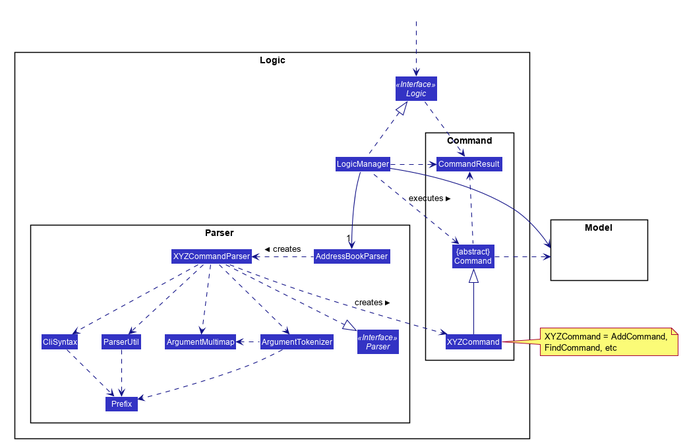
The PlantUML diagram docs/images/LogicClassDiagram.png in nus-cs2103-AY1920S1/addressbook-level3, before a commit.
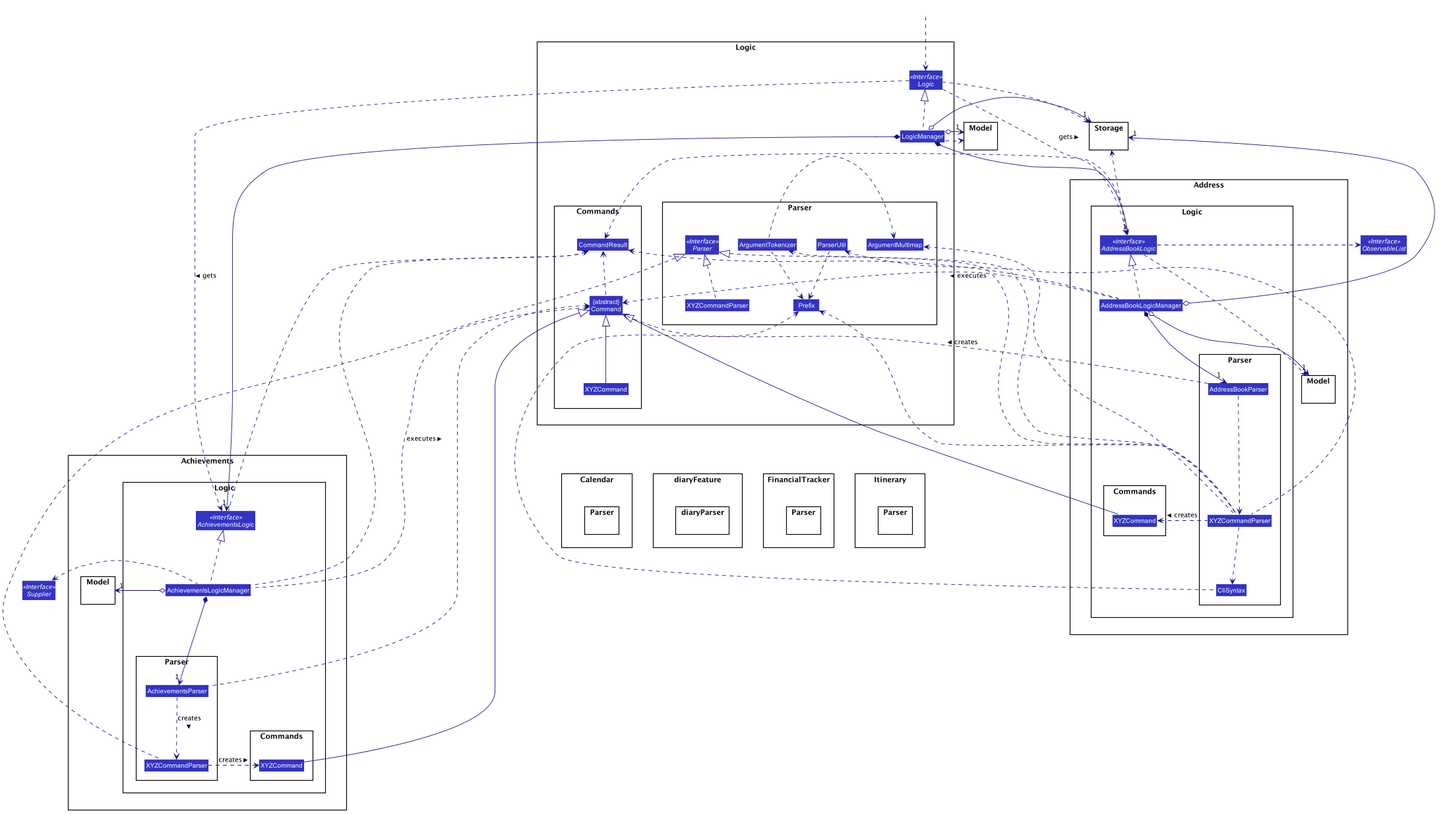
After the change.

Change to the diagram source:
```diff
@@ -51,59 +51,174 @@
 skinparam arrowColor #101086
 skinparam classBackgroundColor #3333C4
 
-package Logic {
-
-package Parser {
+namespace Logic {
+Interface Logic <<Interface>>
+Class LogicManager
+namespace Commands {
+Class CommandResult
+Class "{abstract}\nCommand" as Command
+Class XYZCommand
+}
+namespace Parser {
 Interface Parser <<Interface>>
-Class AddressBookParser
-Class XYZCommandParser
-Class CliSyntax
-Class ParserUtil
 Class ArgumentMultimap
 Class ArgumentTokenizer
+Class ParserUtil
 Class Prefix
+Class XYZCommandParser
+}
 }
 
-package Command {
-Class XYZCommand
-Class CommandResult
-Class "{abstract}\nCommand" as Command
+namespace Storage {
 }
 
-Interface Logic <<Interface>>
-Class LogicManager
+namespace Model {
 }
 
-package Model{
-Class HiddenModel #FFFFFF
+
+namespace Achievements {
+namespace Model {
+}
+namespace Logic {
+interface AchievementsLogic <<interface>>
+Class AchievementsLogicManager
+namespace Commands {
+Class XYZCommand
+}
+namespace Parser {
+Class AchievementsParser
+Class XYZCommandParser
+}
+}
 }
 
+namespace Address {
+namespace Model {
+}
+namespace Logic {
+Interface AddressBookLogic <<interface>>
+Class AddressBookLogicManager
+namespace Commands {
+Class XYZCommand
+}
+namespace Parser {
+Class AddressBookParser
+Class CliSyntax
+Class XYZCommandParser
+}
+}
+}
+
+namespace Calendar {
+namespace Parser {
+}
+}
+
+namespace diaryFeature {
+namespace diaryParser {
+}
+}
+
+namespace FinancialTracker {
+namespace Parser {
+}
+}
+
+namespace Itinerary {
+namespace Parser {
+}
+}
+
+Interface ObservableList <<Interface>>
+Interface Supplier <<Interface>>
 Class HiddenOutside #FFFFFF
-HiddenOutside ..> Logic
 
-LogicManager .up.|> Logic
-LogicManager -->"1" AddressBookParser
-AddressBookParser .left.> XYZCommandParser: creates >
+HiddenOutside ..> Logic.Logic
 
-XYZCommandParser ..> XYZCommand : creates >
-XYZCommandParser ..|> Parser
-XYZCommandParser ..> ArgumentMultimap
-XYZCommandParser ..> ArgumentTokenizer
-ArgumentTokenizer .left.> ArgumentMultimap
-XYZCommandParser ..> CliSyntax
-CliSyntax ..> Prefix
-XYZCommandParser ..> ParserUtil
-ParserUtil .down.> Prefix
-ArgumentTokenizer .down.> Prefix
-XYZCommand -up-|> Command
-LogicManager .left.> Command : executes >
+Logic.Logic .left.> Storage
+Logic.Logic .down.> Address.Logic.AddressBookLogic :gets >
+Logic.Logic .down.> Achievements.Logic.AchievementsLogic :gets >
 
-LogicManager --> Model
-Command .right.> Model
-note right of XYZCommand: XYZCommand = AddCommand, \nFindCommand, etc
+Logic.LogicManager .up.|> Logic.Logic
+Logic.LogicManager ..> Model
+Logic.LogicManager o-right-> "1" Storage
+Logic.LogicManager o-right-> "1" Model
+Logic.LogicManager *-down-> "1" Address.Logic.AddressBookLogic
+Logic.LogicManager *-down-> "1" Achievements.Logic.AchievementsLogic
 
-Logic ..> CommandResult
-LogicManager .down.> CommandResult
-Command .up.> CommandResult
-CommandResult -[hidden]-> Parser
+Logic.Commands.Command .up.> Logic.Commands.CommandResult
+
+Logic.Commands.XYZCommand -up-|> Logic.Commands.Command
+
+Logic.Parser.XYZCommandParser .up.|> Logic.Parser.Parser
+
+Logic.Parser.ParserUtil .down.>Logic.Parser.Prefix
+
+Logic.Parser.ArgumentTokenizer .left.> Logic.Parser.ArgumentMultimap
+Logic.Parser.ArgumentTokenizer .down.> Logic.Parser.Prefix
+
+
+
+Address.Logic.AddressBookLogic .up.> Storage
+Address.Logic.AddressBookLogic .up.> Logic.Commands.CommandResult
+Address.Logic.AddressBookLogic .right.> ObservableList
+Address.Logic.AddressBookLogic .right.> Address.Model
+
+Address.Logic.AddressBookLogicManager .up.|> Address.Logic.AddressBookLogic
+Address.Logic.AddressBookLogicManager .up.> Logic.Commands.CommandResult
+Address.Logic.AddressBookLogicManager .up.> Logic.Commands.Command :executes >
+
+Address.Logic.AddressBookLogicManager o--> "1" Storage
+Address.Logic.AddressBookLogicManager o--> "1" Address.Model
+Address.Logic.AddressBookLogicManager *-down-> "1" Address.Logic.Parser.AddressBookParser
+
+
+Address.Logic.Commands.XYZCommand -up-|> Logic.Commands.Command
+
+Address.Logic.Parser.AddressBookParser .down.> Logic.Commands.Command :creates >
+Address.Logic.Parser.AddressBookParser .down.> Address.Logic.Parser.XYZCommandParser
+
+Address.Logic.Parser.XYZCommandParser .left.> Address.Logic.Commands.XYZCommand :creates >
+Address.Logic.Parser.XYZCommandParser .up.|> Logic.Parser.Parser
+Address.Logic.Parser.XYZCommandParser .up.> Logic.Parser.ArgumentMultimap
+Address.Logic.Parser.XYZCommandParser .up.> Logic.Parser.ArgumentTokenizer
+Address.Logic.Parser.XYZCommandParser .up.> Logic.Parser.ParserUtil
+Address.Logic.Parser.XYZCommandParser .up.> Logic.Parser.Prefix
+Address.Logic.Parser.XYZCommandParser ..> Address.Logic.Parser.CliSyntax
+
+Address.Logic.Parser.CliSyntax .up.> Logic.Parser.Prefix
+
+
+
+Achievements.Logic.AchievementsLogic .up.> Logic.Commands.CommandResult
+
+Achievements.Logic.AchievementsLogicManager .up.|> Achievements.Logic.AchievementsLogic
+Achievements.Logic.AchievementsLogicManager .left.> Supplier
+Achievements.Logic.AchievementsLogicManager .up.> Logic.Commands.CommandResult
+Achievements.Logic.AchievementsLogicManager .up.> Logic.Commands.Command :executes >
+
+Achievements.Logic.AchievementsLogicManager *-down-> "1" Achievements.Logic.Parser.AchievementsParser
+Achievements.Logic.AchievementsLogicManager o-right-> "1" Achievements.Model
+
+Achievements.Logic.Commands.XYZCommand -up-|> Logic.Commands.Command
+
+Achievements.Logic.Parser.AchievementsParser .up.> Logic.Commands.Command
+Achievements.Logic.Parser.AchievementsParser .down.> Achievements.Logic.Parser.XYZCommandParser :creates >
+
+
+Achievements.Logic.Parser.XYZCommandParser .up.|> Logic.Parser.Parser
+Achievements.Logic.Parser.XYZCommandParser .left.> Achievements.Logic.Commands.XYZCommand :creates >
+
+
+Logic.LogicManager .[hidden]left.> Storage
+Logic.LogicManager .[hidden]down.> Achievements
+Logic.LogicManager .[hidden]down.> Address
+Logic.LogicManager .[hidden]down.> Logic.Commands
+Logic.Commands.XYZCommand .[hidden]down.> Achievements
+Logic.Commands.XYZCommand .[hidden]down.> Address
+Logic.Commands.XYZCommand .[hidden]down.> Calendar
+Logic.Commands.XYZCommand .[hidden]down.> diaryFeature
+Logic.Commands.XYZCommand .[hidden]down.> FinancialTracker
+Logic.Commands.XYZCommand .[hidden]down.> Itinerary
+Logic.Commands .[hidden]left.> Logic.Parser
 @enduml
```
